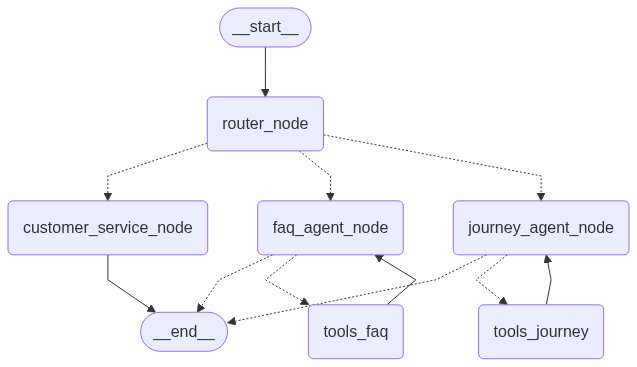
Earlier version of the Mermaid export src/ai_engine/graph_visualization/chat_flow.png (evellynnicole/hotmart-ai-support). Its source is kept beside it as src/ai_engine/graph_visualization/chat_flow.mmd. The source it was exported from:
```mermaid
---
config:
  flowchart:
    curve: linear
---
graph TD;
	__start__([<p>__start__</p>]):::first
	router_node(router_node)
	faq_agent_node(faq_agent_node)
	tools_faq(tools_faq)
	tools_journey(tools_journey)
	journey_agent_node(journey_agent_node)
	customer_service_node(customer_service_node)
	__end__([<p>__end__</p>]):::last
	__start__ --> router_node;
	faq_agent_node -.-> __end__;
	faq_agent_node -.-> tools_faq;
	journey_agent_node -.-> __end__;
	journey_agent_node -.-> tools_journey;
	router_node -.-> customer_service_node;
	router_node -.-> faq_agent_node;
	router_node -.-> journey_agent_node;
	tools_faq --> faq_agent_node;
	tools_journey --> journey_agent_node;
	customer_service_node --> __end__;
	classDef default fill:#f2f0ff,line-height:1.2
	classDef first fill-opacity:0
	classDef last fill:#bfb6fc
```
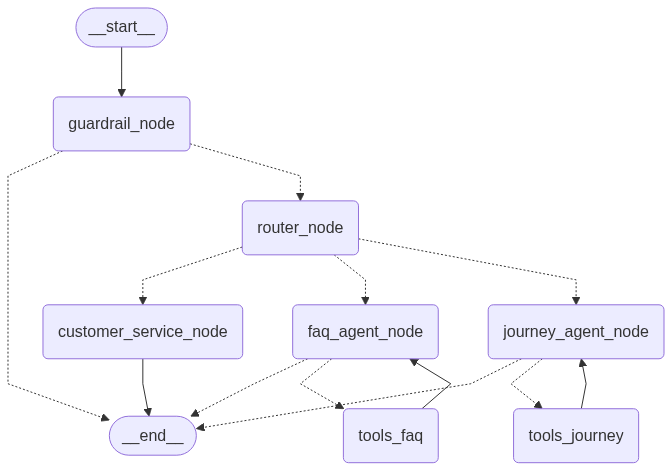
After the change.

Commit message:
guardrail_node

Diff of the diagram source:
```diff
@@ -5,6 +5,7 @@
 ---
 graph TD;
 	__start__([<p>__start__</p>]):::first
+	guardrail_node(guardrail_node)
 	router_node(router_node)
 	faq_agent_node(faq_agent_node)
 	tools_faq(tools_faq)
@@ -12,9 +13,11 @@
 	journey_agent_node(journey_agent_node)
 	customer_service_node(customer_service_node)
 	__end__([<p>__end__</p>]):::last
-	__start__ --> router_node;
+	__start__ --> guardrail_node;
 	faq_agent_node -.-> __end__;
 	faq_agent_node -.-> tools_faq;
+	guardrail_node -.-> __end__;
+	guardrail_node -.-> router_node;
 	journey_agent_node -.-> __end__;
 	journey_agent_node -.-> tools_journey;
 	router_node -.-> customer_service_node;
```
